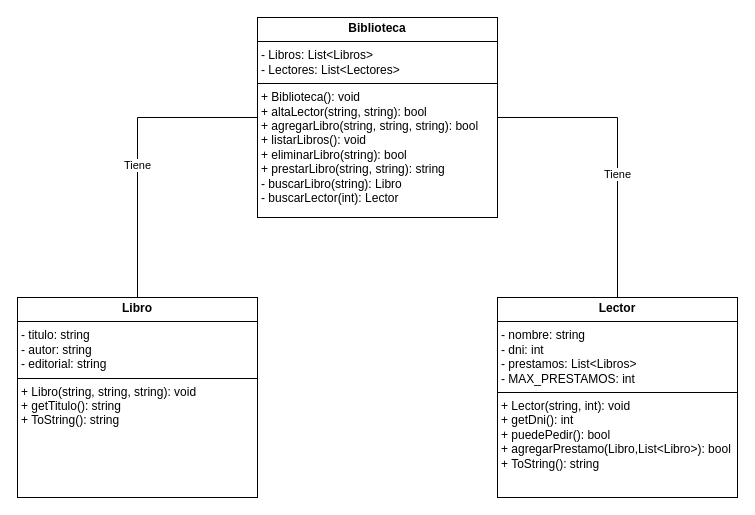
Earlier version of the draw.io diagram TP1-Colecciones/UMLClassDiagram.drawio (LaWeaArgentina/DSOO-G14). Source tidied: cells renumbered, new cells numbered last; positions are measured from the earlier drawing's top-left corner, leaving out a move shared by most shapes. Both pictures are drawn from the tidied source at 100%, with x=0, y=0 at pixel (17, 17).
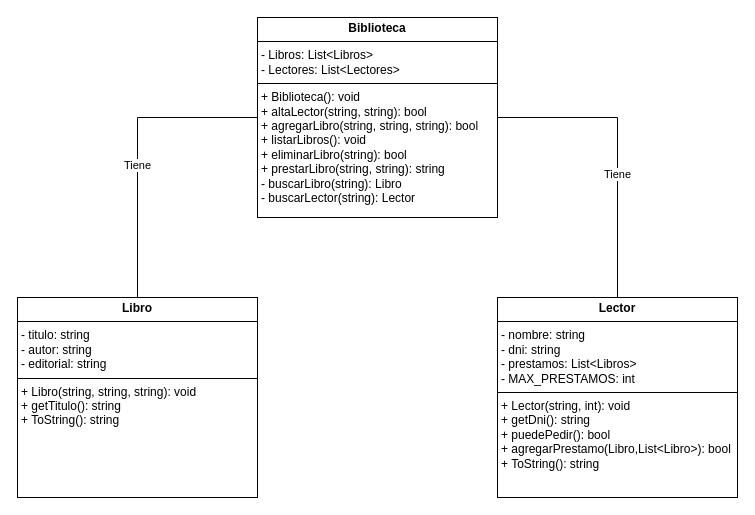
The same diagram, later.

Commit message:
update: property dni as string

The edit, as a diff of the source:
```diff
@@
 <mxGraphModel>
   <root>
     <mxCell id="0" />
     <mxCell id="1" parent="0" />
     <mxCell id="2" style="edgeStyle=orthogonalEdgeStyle;rounded=0;jettySize=auto;html=1;exitX=0;exitY=0.5;exitDx=0;exitDy=0;endArrow=none;endFill=0;" parent="1" edge="1" source="6" target="7">
       <mxGeometry relative="1" as="geometry" />
     </mxCell>
     <mxCell id="3" value="Tiene" style="edgeLabel;html=1;align=center;verticalAlign=middle;" parent="2" vertex="1">
       <mxGeometry x="0.11" y="-1" relative="1" as="geometry" />
     </mxCell>
     <mxCell id="4" style="edgeStyle=orthogonalEdgeStyle;rounded=0;jettySize=auto;html=1;exitX=1;exitY=0.5;exitDx=0;exitDy=0;entryX=0.5;entryY=0;entryDx=0;entryDy=0;endArrow=none;endFill=0;" parent="1" edge="1" source="6" target="8">
       <mxGeometry relative="1" as="geometry" />
     </mxCell>
     <mxCell id="5" value="Tiene" style="edgeLabel;html=1;align=center;verticalAlign=middle;" parent="4" vertex="1">
       <mxGeometry x="0.17" y="-1" relative="1" as="geometry" />
     </mxCell>
-    <mxCell id="6" value="&lt;p style=&quot;margin:0px;margin-top:4px;text-align:center;&quot;&gt;&lt;b&gt;Biblioteca&lt;/b&gt;&lt;/p&gt;&lt;hr size=&quot;1&quot; style=&quot;border-style:solid;&quot;&gt;&lt;p style=&quot;margin:0px;margin-left:4px;&quot;&gt;- Libros: List&amp;lt;Libros&amp;gt;&lt;/p&gt;&lt;p style=&quot;margin:0px;margin-left:4px;&quot;&gt;- Lectores: List&amp;lt;Lectores&amp;gt;&lt;/p&gt;&lt;hr size=&quot;1&quot; style=&quot;border-style:solid;&quot;&gt;&lt;p style=&quot;margin:0px;margin-left:4px;&quot;&gt;+ Biblioteca(): void&lt;/p&gt;&lt;p style=&quot;margin:0px;margin-left:4px;&quot;&gt;+ altaLector(string, string): bool&lt;/p&gt;&lt;p style=&quot;margin:0px;margin-left:4px;&quot;&gt;+ agregarLibro(string, string, string): bool&lt;/p&gt;&lt;p style=&quot;margin:0px;margin-left:4px;&quot;&gt;+ listarLibros(): void&lt;/p&gt;&lt;p style=&quot;margin:0px;margin-left:4px;&quot;&gt;+ eliminarLibro(string): bool&lt;/p&gt;&lt;p style=&quot;margin:0px;margin-left:4px;&quot;&gt;+ prestarLibro(string, string): string&lt;/p&gt;&lt;p style=&quot;margin:0px;margin-left:4px;&quot;&gt;- buscarLibro(string): Libro&lt;/p&gt;&lt;p style=&quot;margin:0px;margin-left:4px;&quot;&gt;- buscarLector(int): Lector&lt;/p&gt;" style="verticalAlign=top;align=left;overflow=fill;html=1;whiteSpace=wrap;" parent="1" vertex="1">
+    <mxCell id="6" value="&lt;p style=&quot;margin:0px;margin-top:4px;text-align:center;&quot;&gt;&lt;b&gt;Biblioteca&lt;/b&gt;&lt;/p&gt;&lt;hr size=&quot;1&quot; style=&quot;border-style:solid;&quot;&gt;&lt;p style=&quot;margin:0px;margin-left:4px;&quot;&gt;- Libros: List&amp;lt;Libros&amp;gt;&lt;/p&gt;&lt;p style=&quot;margin:0px;margin-left:4px;&quot;&gt;- Lectores: List&amp;lt;Lectores&amp;gt;&lt;/p&gt;&lt;hr size=&quot;1&quot; style=&quot;border-style:solid;&quot;&gt;&lt;p style=&quot;margin:0px;margin-left:4px;&quot;&gt;+ Biblioteca(): void&lt;/p&gt;&lt;p style=&quot;margin:0px;margin-left:4px;&quot;&gt;+ altaLector(string, string): bool&lt;/p&gt;&lt;p style=&quot;margin:0px;margin-left:4px;&quot;&gt;+ agregarLibro(string, string, string): bool&lt;/p&gt;&lt;p style=&quot;margin:0px;margin-left:4px;&quot;&gt;+ listarLibros(): void&lt;/p&gt;&lt;p style=&quot;margin:0px;margin-left:4px;&quot;&gt;+ eliminarLibro(string): bool&lt;/p&gt;&lt;p style=&quot;margin:0px;margin-left:4px;&quot;&gt;+ prestarLibro(string, string): string&lt;/p&gt;&lt;p style=&quot;margin:0px;margin-left:4px;&quot;&gt;- buscarLibro(string): Libro&lt;/p&gt;&lt;p style=&quot;margin:0px;margin-left:4px;&quot;&gt;- buscarLector(string): Lector&lt;/p&gt;" style="verticalAlign=top;align=left;overflow=fill;html=1;whiteSpace=wrap;" parent="1" vertex="1">
       <mxGeometry x="240" width="240" height="200" as="geometry" />
     </mxCell>
     <mxCell id="7" value="&lt;p style=&quot;margin:0px;margin-top:4px;text-align:center;&quot;&gt;&lt;b&gt;Libro&lt;/b&gt;&lt;/p&gt;&lt;hr size=&quot;1&quot; style=&quot;border-style:solid;&quot;&gt;&lt;p style=&quot;margin:0px;margin-left:4px;&quot;&gt;- titulo: string&lt;/p&gt;&lt;p style=&quot;margin:0px;margin-left:4px;&quot;&gt;- autor: string&lt;/p&gt;&lt;p style=&quot;margin:0px;margin-left:4px;&quot;&gt;- editorial: string&lt;/p&gt;&lt;hr size=&quot;1&quot; style=&quot;border-style:solid;&quot;&gt;&lt;p style=&quot;margin:0px;margin-left:4px;&quot;&gt;+ Libro(string, string, string): void&lt;/p&gt;&lt;p style=&quot;margin:0px;margin-left:4px;&quot;&gt;+ getTitulo(): string&lt;/p&gt;&lt;p style=&quot;margin:0px;margin-left:4px;&quot;&gt;+ ToString(): string&lt;/p&gt;" style="verticalAlign=top;align=left;overflow=fill;html=1;whiteSpace=wrap;" parent="1" vertex="1">
       <mxGeometry y="280" width="240" height="200" as="geometry" />
     </mxCell>
-    <mxCell id="8" value="&lt;p style=&quot;margin:0px;margin-top:4px;text-align:center;&quot;&gt;&lt;b&gt;Lector&lt;/b&gt;&lt;/p&gt;&lt;hr size=&quot;1&quot; style=&quot;border-style:solid;&quot;&gt;&lt;p style=&quot;margin:0px;margin-left:4px;&quot;&gt;- nombre: string&lt;/p&gt;&lt;p style=&quot;margin:0px;margin-left:4px;&quot;&gt;- dni: int&lt;/p&gt;&lt;p style=&quot;margin:0px;margin-left:4px;&quot;&gt;- prestamos: List&amp;lt;Libros&amp;gt;&lt;/p&gt;&lt;p style=&quot;margin:0px;margin-left:4px;&quot;&gt;- MAX_PRESTAMOS: int&amp;nbsp;&lt;/p&gt;&lt;hr size=&quot;1&quot; style=&quot;border-style:solid;&quot;&gt;&lt;p style=&quot;margin:0px;margin-left:4px;&quot;&gt;+ Lector(string, int): void&lt;/p&gt;&lt;p style=&quot;margin:0px;margin-left:4px;&quot;&gt;+ getDni(): int&lt;/p&gt;&lt;p style=&quot;margin:0px;margin-left:4px;&quot;&gt;+ puedePedir(): bool&lt;/p&gt;&lt;p style=&quot;margin:0px;margin-left:4px;&quot;&gt;+ agregarPrestamo(Libro,List&amp;lt;Libro&amp;gt;): bool&amp;nbsp;&lt;/p&gt;&lt;p style=&quot;margin:0px;margin-left:4px;&quot;&gt;+ ToString(): string&lt;/p&gt;" style="verticalAlign=top;align=left;overflow=fill;html=1;whiteSpace=wrap;" parent="1" vertex="1">
+    <mxCell id="8" value="&lt;p style=&quot;margin:0px;margin-top:4px;text-align:center;&quot;&gt;&lt;b&gt;Lector&lt;/b&gt;&lt;/p&gt;&lt;hr size=&quot;1&quot; style=&quot;border-style:solid;&quot;&gt;&lt;p style=&quot;margin:0px;margin-left:4px;&quot;&gt;- nombre: string&lt;/p&gt;&lt;p style=&quot;margin:0px;margin-left:4px;&quot;&gt;- dni: string&lt;/p&gt;&lt;p style=&quot;margin:0px;margin-left:4px;&quot;&gt;- prestamos: List&amp;lt;Libros&amp;gt;&lt;/p&gt;&lt;p style=&quot;margin:0px;margin-left:4px;&quot;&gt;- MAX_PRESTAMOS: int&amp;nbsp;&lt;/p&gt;&lt;hr size=&quot;1&quot; style=&quot;border-style:solid;&quot;&gt;&lt;p style=&quot;margin:0px;margin-left:4px;&quot;&gt;+ Lector(string, int): void&lt;/p&gt;&lt;p style=&quot;margin:0px;margin-left:4px;&quot;&gt;+ getDni(): string&lt;/p&gt;&lt;p style=&quot;margin:0px;margin-left:4px;&quot;&gt;+ puedePedir(): bool&lt;/p&gt;&lt;p style=&quot;margin:0px;margin-left:4px;&quot;&gt;+ agregarPrestamo(Libro,List&amp;lt;Libro&amp;gt;): bool&amp;nbsp;&lt;/p&gt;&lt;p style=&quot;margin:0px;margin-left:4px;&quot;&gt;+ ToString(): string&lt;/p&gt;" style="verticalAlign=top;align=left;overflow=fill;html=1;whiteSpace=wrap;" parent="1" vertex="1">
       <mxGeometry x="480" y="280" width="240" height="200" as="geometry" />
     </mxCell>
   </root>
 </mxGraphModel>
```
